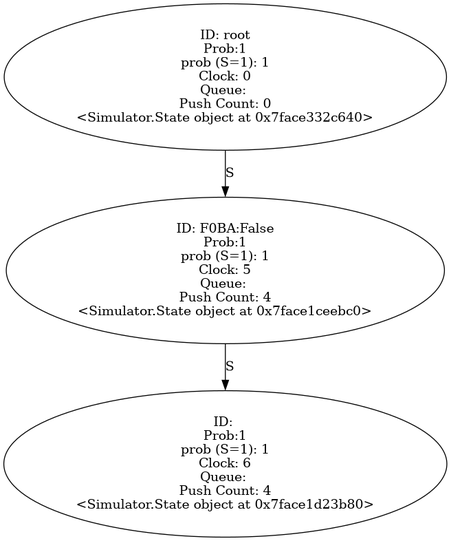
YasinBoloorchi/WARP-Simulator keeps this Graphviz diagram as Output/pulls.wrp.gv.png. Above is the earlier version. Its source is kept beside it as Output/pulls.wrp.gv.
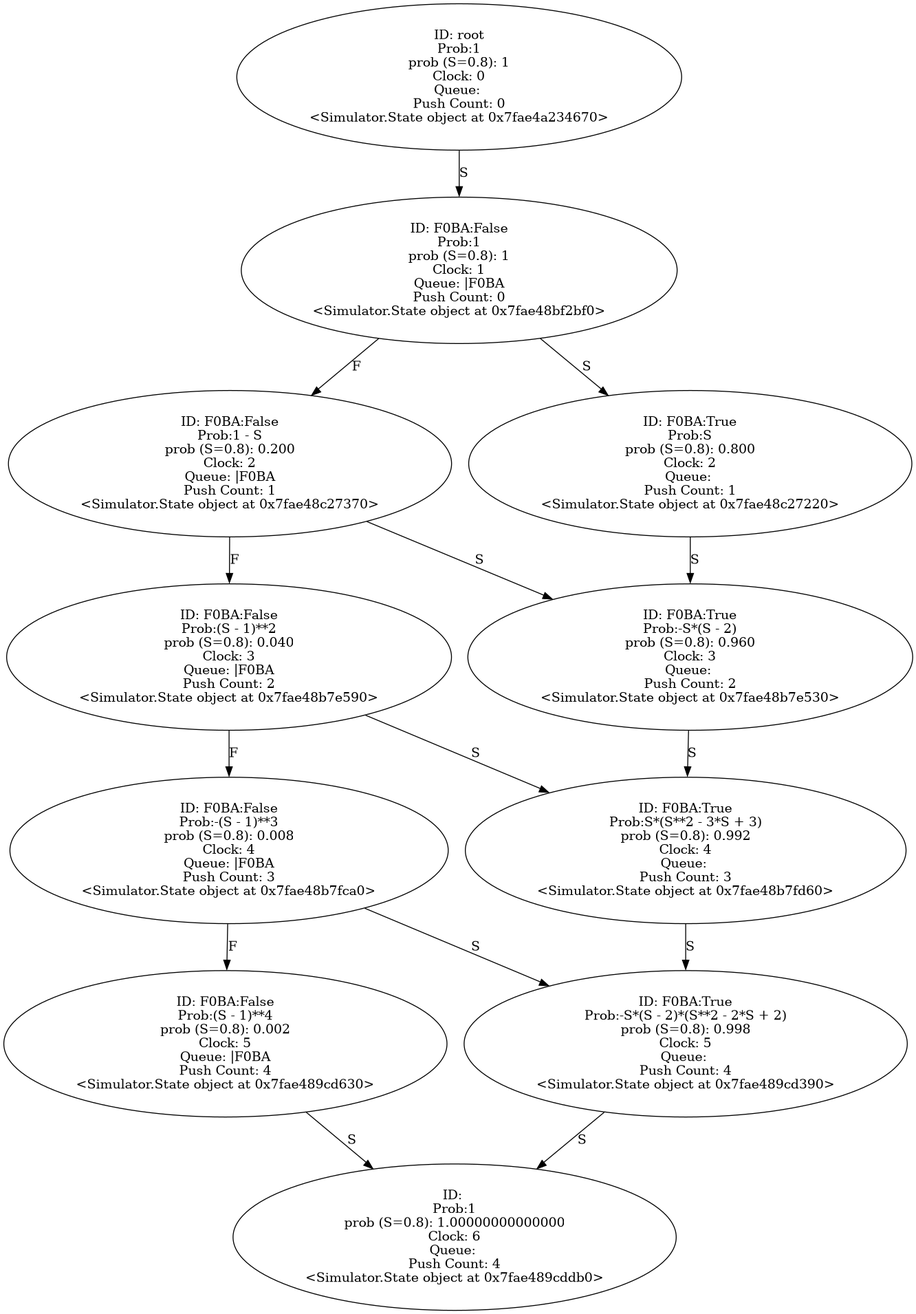
After the change.

Commit message:
Fixed the push_count issue

The edit, as a diff of the source:
```diff
@@ -1,25 +1,93 @@
 digraph "./Output/pulls.wrp" {
-	<Simulator.State object at 0x7face332c640> [label="ID: root
+	<Simulator.State object at 0x7fae4a234670> [label="ID: root
 Prob:1
-prob (S=1): 1
+prob (S=0.8): 1
 Clock: 0
 Queue:
 Push Count: 0
-<Simulator.State object at 0x7face332c640>"]
-	<Simulator.State object at 0x7face332c640> -> <Simulator.State object at 0x7face1ceebc0> [label=S]
-	<Simulator.State object at 0x7face1ceebc0> [label="ID: F0BA:False
+<Simulator.State object at 0x7fae4a234670>"]
+	<Simulator.State object at 0x7fae4a234670> -> <Simulator.State object at 0x7fae48bf2bf0> [label=S]
+	<Simulator.State object at 0x7fae48bf2bf0> [label="ID: F0BA:False
 Prob:1
-prob (S=1): 1
+prob (S=0.8): 1
+Clock: 1
+Queue: |F0BA
+Push Count: 0
+<Simulator.State object at 0x7fae48bf2bf0>"]
+	<Simulator.State object at 0x7fae48bf2bf0> -> <Simulator.State object at 0x7fae48c27370> [label=F]
+	<Simulator.State object at 0x7fae48bf2bf0> -> <Simulator.State object at 0x7fae48c27220> [label=S]
+	<Simulator.State object at 0x7fae48c27370> [label="ID: F0BA:False
+Prob:1 - S
+prob (S=0.8): 0.200
+Clock: 2
+Queue: |F0BA
+Push Count: 1
+<Simulator.State object at 0x7fae48c27370>"]
+	<Simulator.State object at 0x7fae48c27370> -> <Simulator.State object at 0x7fae48b7e590> [label=F]
+	<Simulator.State object at 0x7fae48c27370> -> <Simulator.State object at 0x7fae48b7e530> [label=S]
+	<Simulator.State object at 0x7fae48c27220> [label="ID: F0BA:True
+Prob:S
+prob (S=0.8): 0.800
+Clock: 2
+Queue:
+Push Count: 1
+<Simulator.State object at 0x7fae48c27220>"]
+	<Simulator.State object at 0x7fae48c27220> -> <Simulator.State object at 0x7fae48b7e530> [label=S]
+	<Simulator.State object at 0x7fae48b7e590> [label="ID: F0BA:False
+Prob:(S - 1)**2
+prob (S=0.8): 0.040
+Clock: 3
+Queue: |F0BA
+Push Count: 2
+<Simulator.State object at 0x7fae48b7e590>"]
+	<Simulator.State object at 0x7fae48b7e590> -> <Simulator.State object at 0x7fae48b7fca0> [label=F]
+	<Simulator.State object at 0x7fae48b7e590> -> <Simulator.State object at 0x7fae48b7fd60> [label=S]
+	<Simulator.State object at 0x7fae48b7e530> [label="ID: F0BA:True
+Prob:-S*(S - 2)
+prob (S=0.8): 0.960
+Clock: 3
+Queue:
+Push Count: 2
+<Simulator.State object at 0x7fae48b7e530>"]
+	<Simulator.State object at 0x7fae48b7e530> -> <Simulator.State object at 0x7fae48b7fd60> [label=S]
+	<Simulator.State object at 0x7fae48b7fca0> [label="ID: F0BA:False
+Prob:-(S - 1)**3
+prob (S=0.8): 0.008
+Clock: 4
+Queue: |F0BA
+Push Count: 3
+<Simulator.State object at 0x7fae48b7fca0>"]
+	<Simulator.State object at 0x7fae48b7fca0> -> <Simulator.State object at 0x7fae489cd630> [label=F]
+	<Simulator.State object at 0x7fae48b7fca0> -> <Simulator.State object at 0x7fae489cd390> [label=S]
+	<Simulator.State object at 0x7fae48b7fd60> [label="ID: F0BA:True
+Prob:S*(S**2 - 3*S + 3)
+prob (S=0.8): 0.992
+Clock: 4
+Queue:
+Push Count: 3
+<Simulator.State object at 0x7fae48b7fd60>"]
+	<Simulator.State object at 0x7fae48b7fd60> -> <Simulator.State object at 0x7fae489cd390> [label=S]
+	<Simulator.State object at 0x7fae489cd630> [label="ID: F0BA:False
+Prob:(S - 1)**4
+prob (S=0.8): 0.002
+Clock: 5
+Queue: |F0BA
+Push Count: 4
+<Simulator.State object at 0x7fae489cd630>"]
+	<Simulator.State object at 0x7fae489cd630> -> <Simulator.State object at 0x7fae489cddb0> [label=S]
+	<Simulator.State object at 0x7fae489cd390> [label="ID: F0BA:True
+Prob:-S*(S - 2)*(S**2 - 2*S + 2)
+prob (S=0.8): 0.998
 Clock: 5
 Queue:
 Push Count: 4
-<Simulator.State object at 0x7face1ceebc0>"]
-	<Simulator.State object at 0x7face1ceebc0> -> <Simulator.State object at 0x7face1d23b80> [label=S]
-	<Simulator.State object at 0x7face1d23b80> [label="ID:
+<Simulator.State object at 0x7fae489cd390>"]
+	<Simulator.State object at 0x7fae489cd390> -> <Simulator.State object at 0x7fae489cddb0> [label=S]
+	<Simulator.State object at 0x7fae489cddb0> [label="ID:
 Prob:1
-prob (S=1): 1
+prob (S=0.8): 1.00000000000000
 Clock: 6
 Queue:
 Push Count: 4
-<Simulator.State object at 0x7face1d23b80>"]
+<Simulator.State object at 0x7fae489cddb0>"]
 }
```
